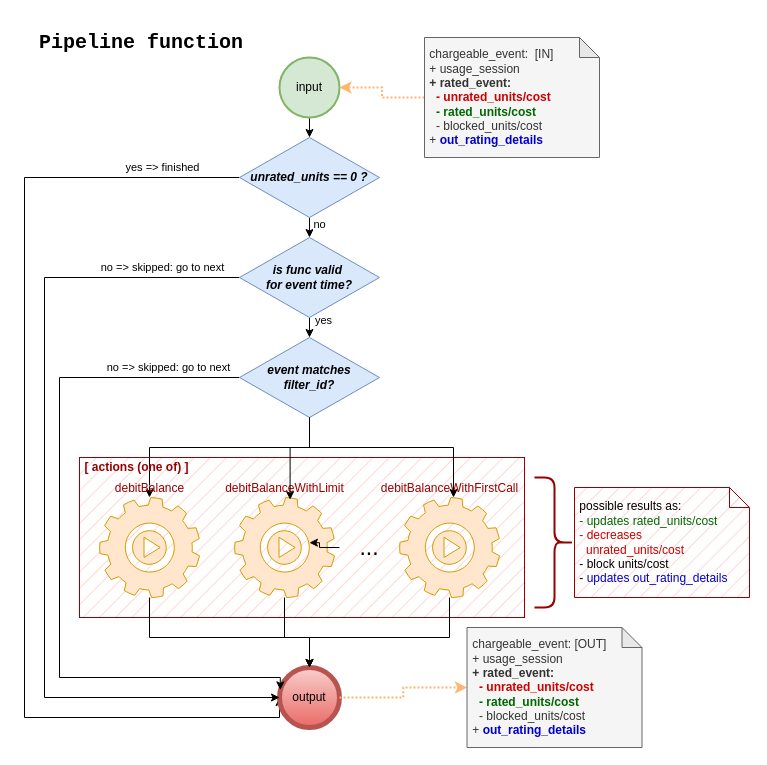
Above: ratemind/PipelineFunction.drawio in arturd2/diagrams (draw.io), before the change. Source tidied: cells renumbered, new cells numbered last; positions are measured from the earlier drawing's top-left corner, leaving out a move shared by most shapes. Both pictures are drawn from the tidied source at 100%, with x=0, y=0 at pixel (24, 17).
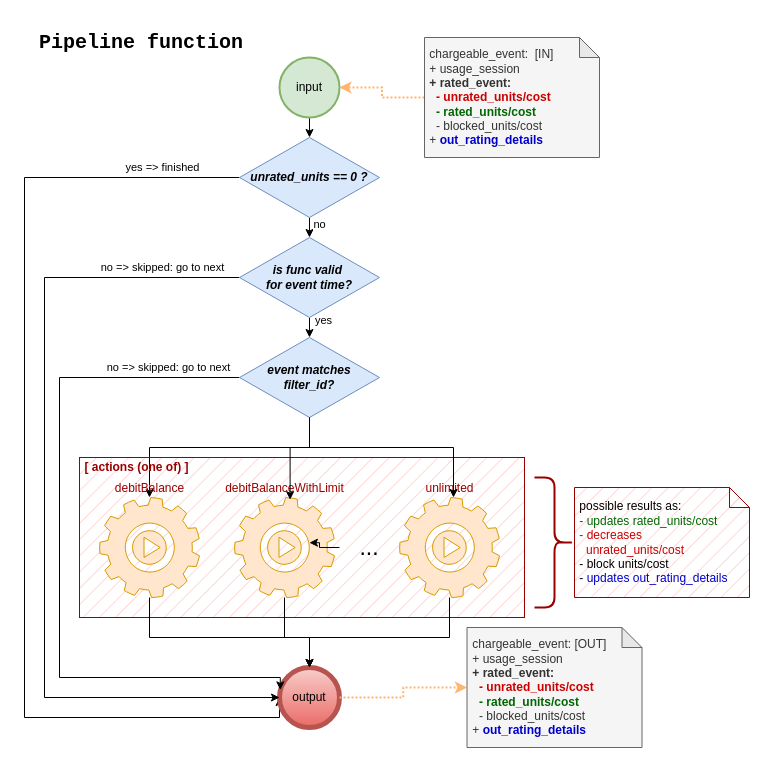
Above is the later version.

Diff of the diagram source:
```diff
@@
-    <mxCell id="19" value="debitBalanceWithFirstCall" style="sketch=0;html=1;strokeColor=#d79b00;shadow=0;fillColor=#ffe6cc;verticalAlign=bottom;labelPosition=center;verticalLabelPosition=top;shape=mxgraph.gcp2.play_gear;align=center;fontColor=#990000;" parent="1" vertex="1">
+    <mxCell id="19" value="unlimited" style="sketch=0;html=1;strokeColor=#d79b00;shadow=0;fillColor=#ffe6cc;verticalAlign=bottom;labelPosition=center;verticalLabelPosition=top;shape=mxgraph.gcp2.play_gear;align=center;fontColor=#990000;" parent="1" vertex="1">
       <mxGeometry x="375" y="480" width="100" height="100" as="geometry" />
     </mxCell>
```
